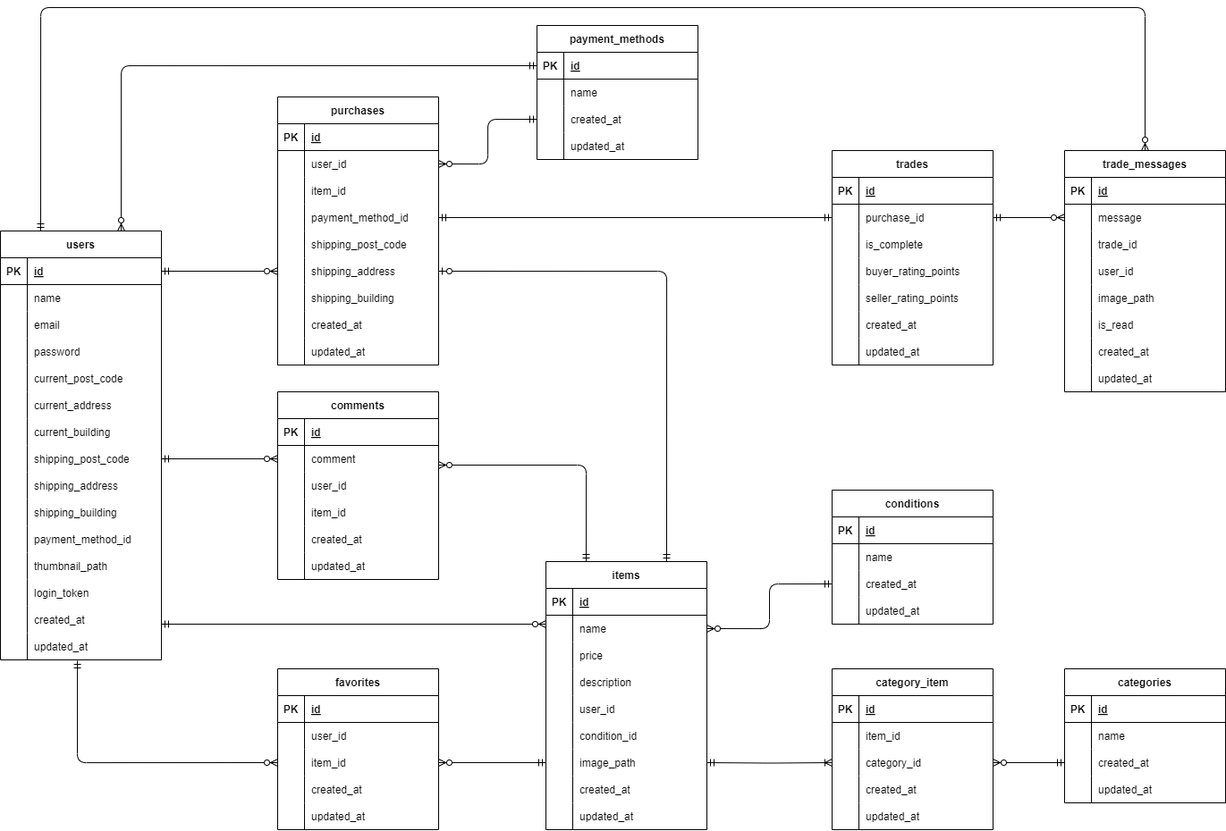
Shun-Adachi/coachtech-freemarket-react-laravel-api keeps this draw.io diagram as diagram/ER/ER.png. Above is the earlier version. Source tidied: cells renumbered, new cells last; positions are measured from the earlier drawing's top-left corner, leaving out a move shared by most shapes.
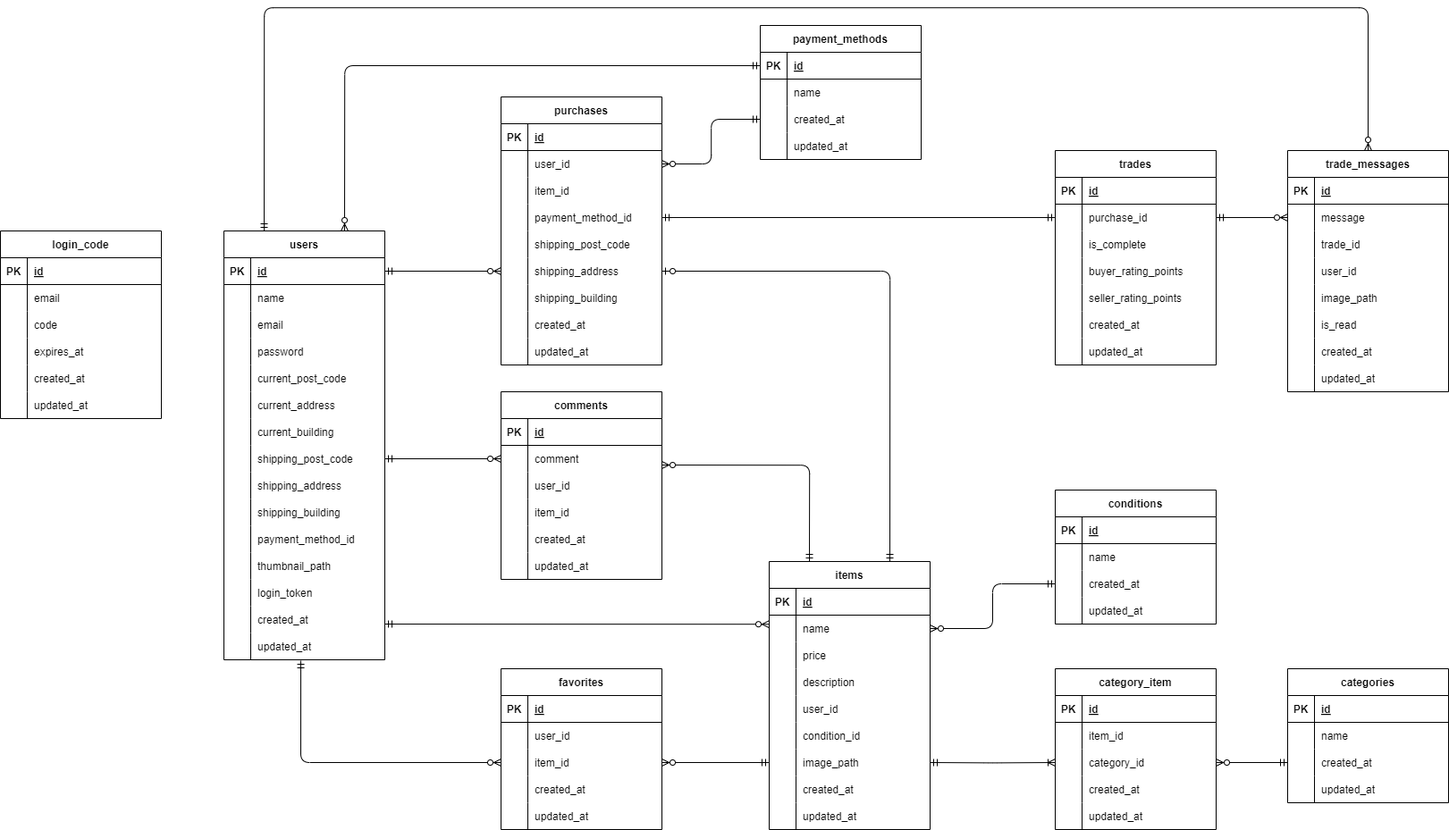
The same file after the commit.

What changed in the source:
```diff
@@ -778,5 +778,62 @@
         </Array>
       </mxGeometry>
     </mxCell>
+    <mxCell id="256" value="login_code" style="shape=table;startSize=30;rowLines=0;fontStyle=1;align=center;" parent="1" vertex="1">
+      <mxGeometry x="-250" y="250" width="180" height="210" as="geometry" />
+    </mxCell>
+    <mxCell id="257" style="shape=tableRow;horizontal=0;startSize=0;swimlaneHead=0;swimlaneBody=0;fillColor=none;top=0;left=0;right=0;bottom=1;" parent="256" vertex="1">
+      <mxGeometry y="30" width="180" height="30" as="geometry" />
+    </mxCell>
+    <mxCell id="258" value="PK" style="shape=partialRectangle;fillColor=none;top=0;left=0;bottom=0;right=0;fontStyle=1;overflow=hidden;" parent="257" vertex="1">
+      <mxGeometry width="30" height="30" as="geometry" />
+    </mxCell>
+    <mxCell id="259" value="id" style="shape=partialRectangle;fillColor=none;top=0;left=0;bottom=0;right=0;align=left;spacingLeft=6;fontStyle=5;overflow=hidden;" parent="257" vertex="1">
+      <mxGeometry x="30" width="150" height="30" as="geometry" />
+    </mxCell>
+    <mxCell id="260" style="shape=tableRow;horizontal=0;startSize=0;swimlaneHead=0;swimlaneBody=0;fillColor=none;top=0;left=0;right=0;bottom=0;" parent="256" vertex="1">
+      <mxGeometry y="60" width="180" height="30" as="geometry" />
+    </mxCell>
+    <mxCell id="261" style="shape=partialRectangle;fillColor=none;top=0;left=0;bottom=0;right=0;overflow=hidden;" parent="260" vertex="1">
+      <mxGeometry width="30" height="30" as="geometry" />
+    </mxCell>
+    <mxCell id="262" value="email" style="shape=partialRectangle;fillColor=none;top=0;left=0;bottom=0;right=0;align=left;spacingLeft=6;overflow=hidden;" parent="260" vertex="1">
+      <mxGeometry x="30" width="150" height="30" as="geometry" />
+    </mxCell>
+    <mxCell id="263" style="shape=tableRow;horizontal=0;startSize=0;swimlaneHead=0;swimlaneBody=0;fillColor=none;top=0;left=0;right=0;bottom=0;" parent="256" vertex="1">
+      <mxGeometry y="90" width="180" height="30" as="geometry" />
+    </mxCell>
+    <mxCell id="264" style="shape=partialRectangle;fillColor=none;top=0;left=0;bottom=0;right=0;overflow=hidden;" parent="263" vertex="1">
+      <mxGeometry width="30" height="30" as="geometry" />
+    </mxCell>
+    <mxCell id="265" value="code" style="shape=partialRectangle;fillColor=none;top=0;left=0;bottom=0;right=0;align=left;spacingLeft=6;overflow=hidden;" parent="263" vertex="1">
+      <mxGeometry x="30" width="150" height="30" as="geometry" />
+    </mxCell>
+    <mxCell id="266" style="shape=tableRow;horizontal=0;startSize=0;swimlaneHead=0;swimlaneBody=0;fillColor=none;top=0;left=0;right=0;bottom=0;" parent="256" vertex="1">
+      <mxGeometry y="120" width="180" height="30" as="geometry" />
+    </mxCell>
+    <mxCell id="267" style="shape=partialRectangle;fillColor=none;top=0;left=0;bottom=0;right=0;overflow=hidden;" parent="266" vertex="1">
+      <mxGeometry width="30" height="30" as="geometry" />
+    </mxCell>
+    <mxCell id="268" value="expires_at" style="shape=partialRectangle;fillColor=none;top=0;left=0;bottom=0;right=0;align=left;spacingLeft=6;overflow=hidden;" parent="266" vertex="1">
+      <mxGeometry x="30" width="150" height="30" as="geometry" />
+    </mxCell>
+    <mxCell id="269" style="shape=tableRow;horizontal=0;startSize=0;swimlaneHead=0;swimlaneBody=0;fillColor=none;top=0;left=0;right=0;bottom=0;" parent="256" vertex="1">
+      <mxGeometry y="150" width="180" height="30" as="geometry" />
+    </mxCell>
+    <mxCell id="270" style="shape=partialRectangle;fillColor=none;top=0;left=0;bottom=0;right=0;overflow=hidden;" parent="269" vertex="1">
+      <mxGeometry width="30" height="30" as="geometry" />
+    </mxCell>
+    <mxCell id="271" value="created_at" style="shape=partialRectangle;fillColor=none;top=0;left=0;bottom=0;right=0;align=left;spacingLeft=6;overflow=hidden;" parent="269" vertex="1">
+      <mxGeometry x="30" width="150" height="30" as="geometry" />
+    </mxCell>
+    <mxCell id="272" style="shape=tableRow;horizontal=0;startSize=0;swimlaneHead=0;swimlaneBody=0;fillColor=none;top=0;left=0;right=0;bottom=0;" parent="256" vertex="1">
+      <mxGeometry y="180" width="180" height="30" as="geometry" />
+    </mxCell>
+    <mxCell id="273" style="shape=partialRectangle;fillColor=none;top=0;left=0;bottom=0;right=0;overflow=hidden;" parent="272" vertex="1">
+      <mxGeometry width="30" height="30" as="geometry" />
+    </mxCell>
+    <mxCell id="274" value="updated_at" style="shape=partialRectangle;fillColor=none;top=0;left=0;bottom=0;right=0;align=left;spacingLeft=6;overflow=hidden;" parent="272" vertex="1">
+      <mxGeometry x="30" width="150" height="30" as="geometry" />
+    </mxCell>
   </root>
 </mxGraphModel>
```
